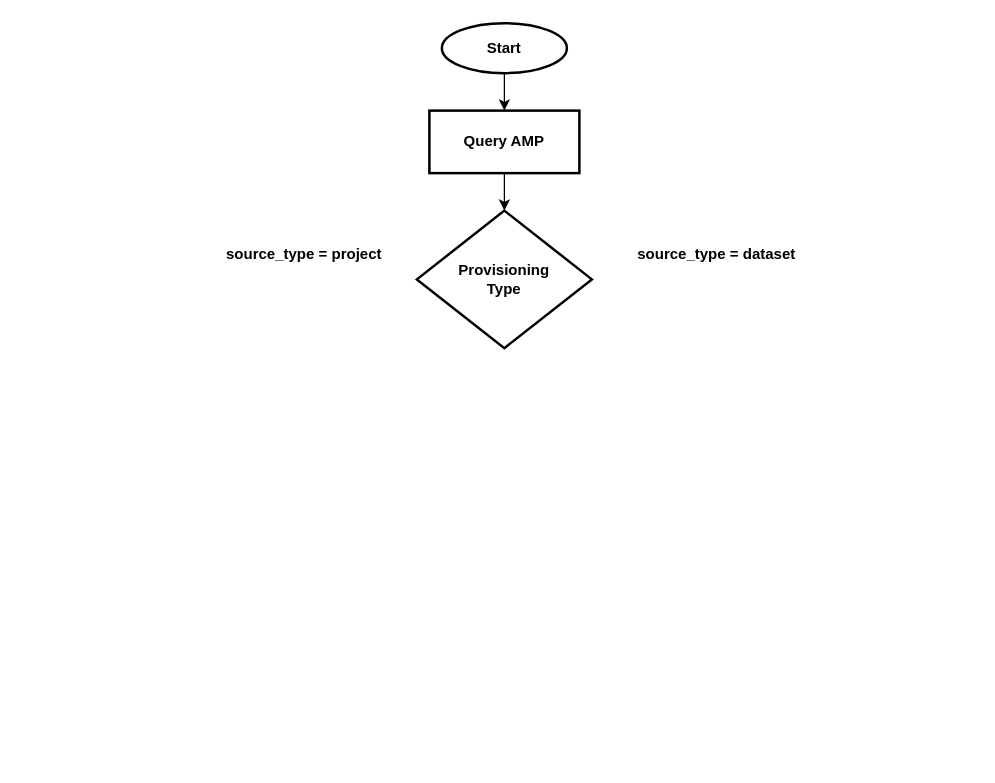
This is Metadata_Dataflow.drawio from zikzakjack/draw.io, a draw.io file, before an edit. Source tidied: cells renumbered, new cells numbered last; positions are measured from the earlier drawing's top-left corner, leaving out a move shared by most shapes. Both pictures are drawn from the tidied source at 125%, with x=0, y=0 at pixel (222, 22).
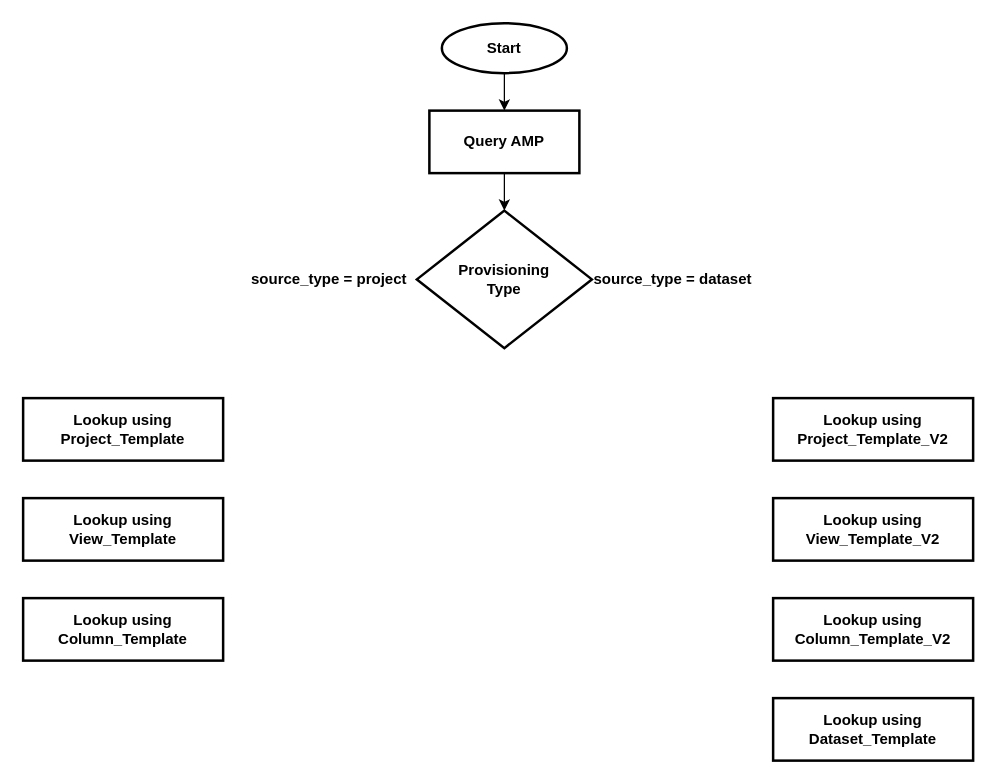
Above is the later version.

Change to the diagram source:
```diff
@@
 <mxGraphModel>
   <root>
     <mxCell id="0" />
     <mxCell id="1" parent="0" />
     <mxCell id="2" value="&lt;b style=&quot;&quot;&gt;Provisioning &lt;br&gt;Type&lt;/b&gt;" style="strokeWidth=2;html=1;shape=mxgraph.flowchart.decision;whiteSpace=wrap;" parent="1" vertex="1">
       <mxGeometry x="155" y="150" width="140" height="110" as="geometry" />
     </mxCell>
     <mxCell id="3" style="edgeStyle=orthogonalEdgeStyle;rounded=0;jettySize=auto;html=1;" parent="1" edge="1" source="4" target="6">
       <mxGeometry relative="1" as="geometry" />
     </mxCell>
     <mxCell id="4" value="&lt;font size=&quot;1&quot; style=&quot;&quot;&gt;&lt;b style=&quot;font-size: 12px;&quot;&gt;Start&lt;/b&gt;&lt;/font&gt;" style="strokeWidth=2;html=1;shape=mxgraph.flowchart.start_1;whiteSpace=wrap;" parent="1" vertex="1">
       <mxGeometry x="175" width="100" height="40" as="geometry" />
     </mxCell>
     <mxCell id="5" style="edgeStyle=orthogonalEdgeStyle;rounded=0;jettySize=auto;html=1;" parent="1" edge="1" source="6" target="2">
       <mxGeometry relative="1" as="geometry" />
     </mxCell>
     <mxCell id="6" value="&lt;font size=&quot;1&quot;&gt;&lt;b style=&quot;font-size: 12px;&quot;&gt;Query AMP&lt;/b&gt;&lt;/font&gt;" style="rounded=1;whiteSpace=wrap;html=1;absoluteArcSize=1;arcSize=0;strokeWidth=2;" parent="1" vertex="1">
       <mxGeometry x="165" y="70" width="120" height="50" as="geometry" />
     </mxCell>
     <mxCell id="7" value="&lt;b&gt;source_type = project&lt;/b&gt;" style="text;html=1;strokeColor=none;fillColor=none;align=center;verticalAlign=middle;whiteSpace=wrap;rounded=0;" parent="1" vertex="1">
-      <mxGeometry y="170" width="130" height="30" as="geometry" />
+      <mxGeometry x="20" y="190" width="130" height="30" as="geometry" />
     </mxCell>
     <mxCell id="8" value="&lt;b&gt;source_type = dataset&lt;/b&gt;" style="text;html=1;strokeColor=none;fillColor=none;align=center;verticalAlign=middle;whiteSpace=wrap;rounded=0;" parent="1" vertex="1">
-      <mxGeometry x="330" y="170" width="130" height="30" as="geometry" />
+      <mxGeometry x="295" y="190" width="130" height="30" as="geometry" />
     </mxCell>
+    <mxCell id="9" value="&lt;div class=&quot;O0&quot;&gt;&lt;b&gt;Lookup using Project_Template&lt;/b&gt;&lt;/div&gt;" style="rounded=1;whiteSpace=wrap;html=1;absoluteArcSize=1;arcSize=0;strokeWidth=2;" parent="1" vertex="1">
+      <mxGeometry x="-160" y="300" width="160" height="50" as="geometry" />
+    </mxCell>
+    <mxCell id="10" value="&lt;div class=&quot;O0&quot;&gt;&lt;b&gt;Lookup using View_Template&lt;/b&gt;&lt;/div&gt;" style="rounded=1;whiteSpace=wrap;html=1;absoluteArcSize=1;arcSize=0;strokeWidth=2;" parent="1" vertex="1">
+      <mxGeometry x="-160" y="380" width="160" height="50" as="geometry" />
+    </mxCell>
+    <mxCell id="11" value="&lt;div class=&quot;O0&quot;&gt;&lt;b&gt;Lookup using Column_Template&lt;/b&gt;&lt;/div&gt;" style="rounded=1;whiteSpace=wrap;html=1;absoluteArcSize=1;arcSize=0;strokeWidth=2;" parent="1" vertex="1">
+      <mxGeometry x="-160" y="460" width="160" height="50" as="geometry" />
+    </mxCell>
+    <mxCell id="12" value="&lt;div class=&quot;O0&quot;&gt;&lt;b&gt;Lookup using Project_Template_V2&lt;/b&gt;&lt;/div&gt;" style="rounded=1;whiteSpace=wrap;html=1;absoluteArcSize=1;arcSize=0;strokeWidth=2;" parent="1" vertex="1">
+      <mxGeometry x="440" y="300" width="160" height="50" as="geometry" />
+    </mxCell>
+    <mxCell id="13" value="&lt;div class=&quot;O0&quot;&gt;&lt;b&gt;Lookup using View_Template_V2&lt;/b&gt;&lt;/div&gt;" style="rounded=1;whiteSpace=wrap;html=1;absoluteArcSize=1;arcSize=0;strokeWidth=2;" parent="1" vertex="1">
+      <mxGeometry x="440" y="380" width="160" height="50" as="geometry" />
+    </mxCell>
+    <mxCell id="14" value="&lt;div class=&quot;O0&quot;&gt;&lt;b&gt;Lookup using Column_Template_V2&lt;/b&gt;&lt;/div&gt;" style="rounded=1;whiteSpace=wrap;html=1;absoluteArcSize=1;arcSize=0;strokeWidth=2;" parent="1" vertex="1">
+      <mxGeometry x="440" y="460" width="160" height="50" as="geometry" />
+    </mxCell>
+    <mxCell id="15" value="&lt;div class=&quot;O0&quot;&gt;&lt;b&gt;Lookup using Dataset_Template&lt;/b&gt;&lt;/div&gt;" style="rounded=1;whiteSpace=wrap;html=1;absoluteArcSize=1;arcSize=0;strokeWidth=2;" parent="1" vertex="1">
+      <mxGeometry x="440" y="540" width="160" height="50" as="geometry" />
+    </mxCell>
   </root>
 </mxGraphModel>
```
